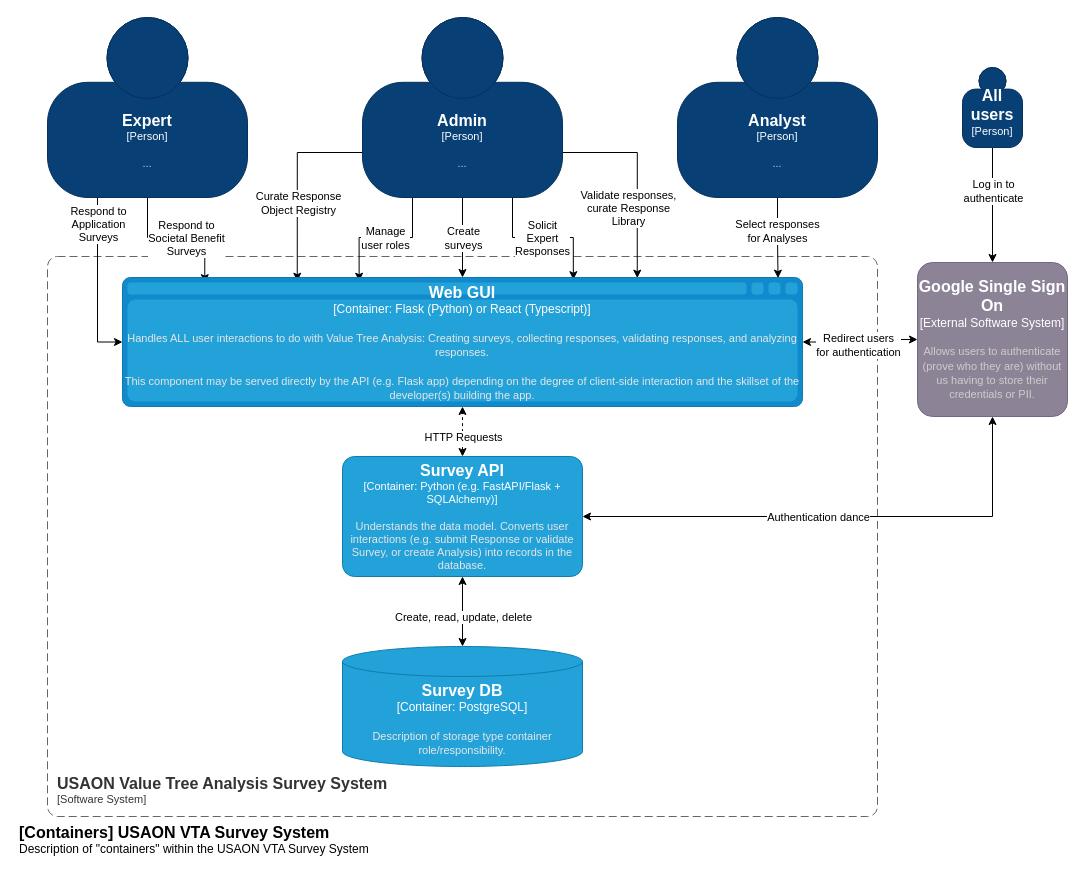
Above: page "Survey System Containers" (2 of 4) of architecture_diagram.drawio in nsidc/usaon-vta-docs (draw.io), before the change. Source tidied: cells renumbered, new cells numbered last; positions are measured from the earlier drawing's top-left corner, leaving out a move shared by most shapes. Both pictures are drawn from the tidied source at 100%, with x=0, y=0 at pixel (17, 17).
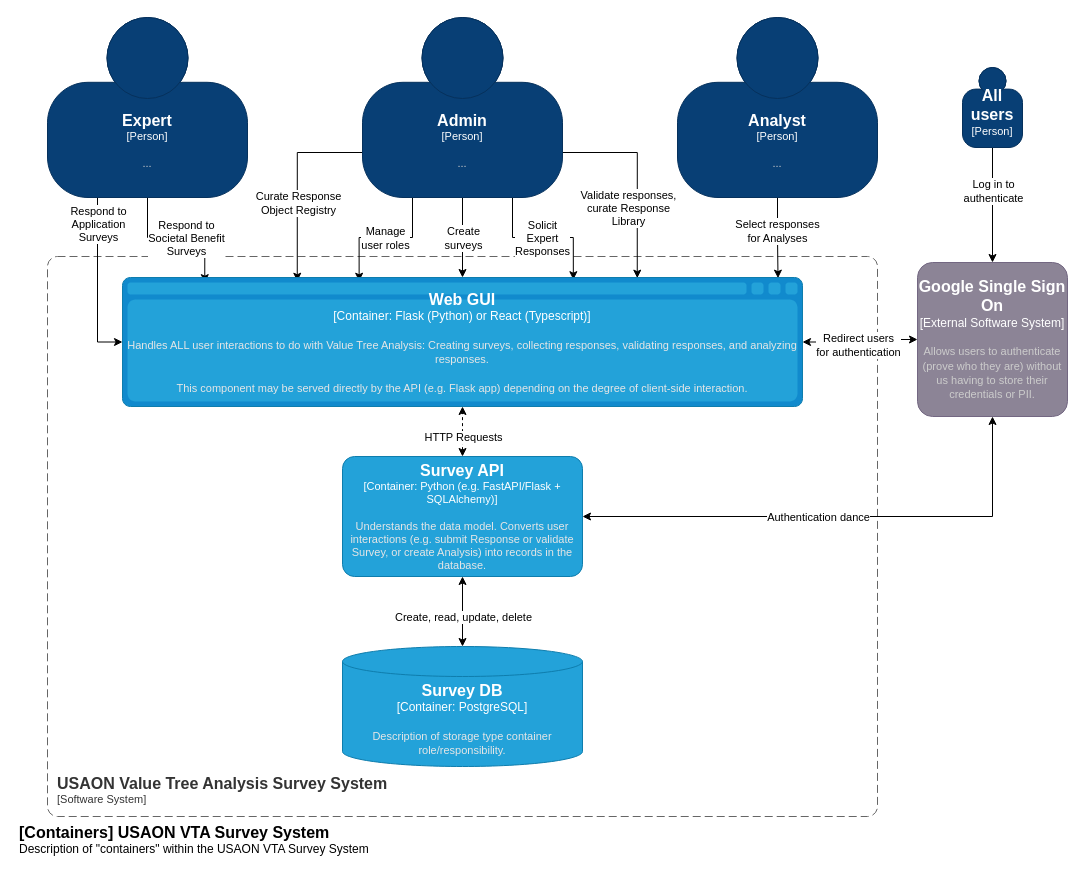
After the change.

The edit, as a diff of the source:
```diff
@@
-    <object id="28" label="&lt;font style=&quot;font-size: 16px&quot;&gt;&lt;b&gt;%c4Type%&lt;/b&gt;&lt;/font&gt;&lt;div&gt;[%c4Container%:&amp;nbsp;%c4Technology%]&lt;/div&gt;&lt;br&gt;&lt;div&gt;&lt;font style=&quot;font-size: 11px&quot;&gt;&lt;font color=&quot;#E6E6E6&quot;&gt;%c4Description%&lt;/font&gt;&lt;/div&gt;" c4Container="Container" c4Description="Handles ALL user interactions to do with Value Tree Analysis: Creating surveys, collecting responses, validating responses, and analyzing responses.&#10;&#10;This component may be served directly by the API (e.g. Flask app) depending on the degree of client-side interaction and the skillset of the developer(s) building the app." c4Technology="Flask (Python) or React (Typescript)" c4Type="Web GUI" placeholders="1">
+    <object id="28" label="&lt;font style=&quot;font-size: 16px&quot;&gt;&lt;b&gt;%c4Type%&lt;/b&gt;&lt;/font&gt;&lt;div&gt;[%c4Container%:&amp;nbsp;%c4Technology%]&lt;/div&gt;&lt;br&gt;&lt;div&gt;&lt;font style=&quot;font-size: 11px&quot;&gt;&lt;font color=&quot;#E6E6E6&quot;&gt;%c4Description%&lt;/font&gt;&lt;/div&gt;" c4Container="Container" c4Description="Handles ALL user interactions to do with Value Tree Analysis: Creating surveys, collecting responses, validating responses, and analyzing responses.&#10;&#10;This component may be served directly by the API (e.g. Flask app) depending on the degree of client-side interaction." c4Technology="Flask (Python) or React (Typescript)" c4Type="Web GUI" placeholders="1">
       <mxCell style="shape=mxgraph.c4.webBrowserContainer2;whiteSpace=wrap;html=1;boundedLbl=1;rounded=0;labelBackgroundColor=none;strokeColor=#118ACD;fillColor=#23A2D9;strokeColor=#118ACD;strokeColor2=#0E7DAD;fontSize=12;fontColor=#ffffff;align=center;points=[[0.5,0,0],[1,0.25,0],[1,0.5,0],[1,0.75,0],[0.5,1,0],[0,0.75,0],[0,0.5,0],[0,0.25,0]];" parent="1" vertex="1">
         <mxGeometry x="105" y="260" width="680" height="129" as="geometry" />
       </mxCell>
     </object>
```
